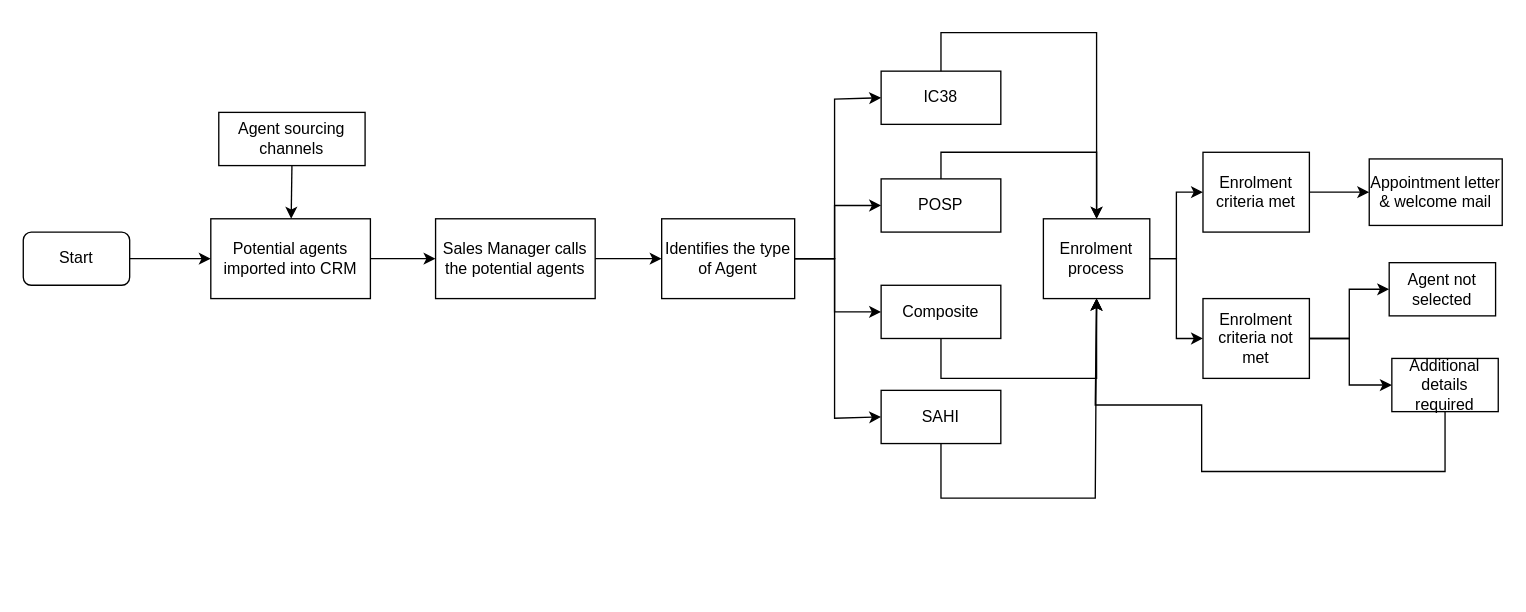
Above: Agent Onboarding.drawio in shaileshsreedar/Galaxy (draw.io), before the change. Source tidied: cells renumbered, new cells numbered last; positions are measured from the earlier drawing's top-left corner, leaving out a move shared by most shapes. Both pictures are drawn from the tidied source at 133%, with x=0, y=0 at pixel (23, 32).
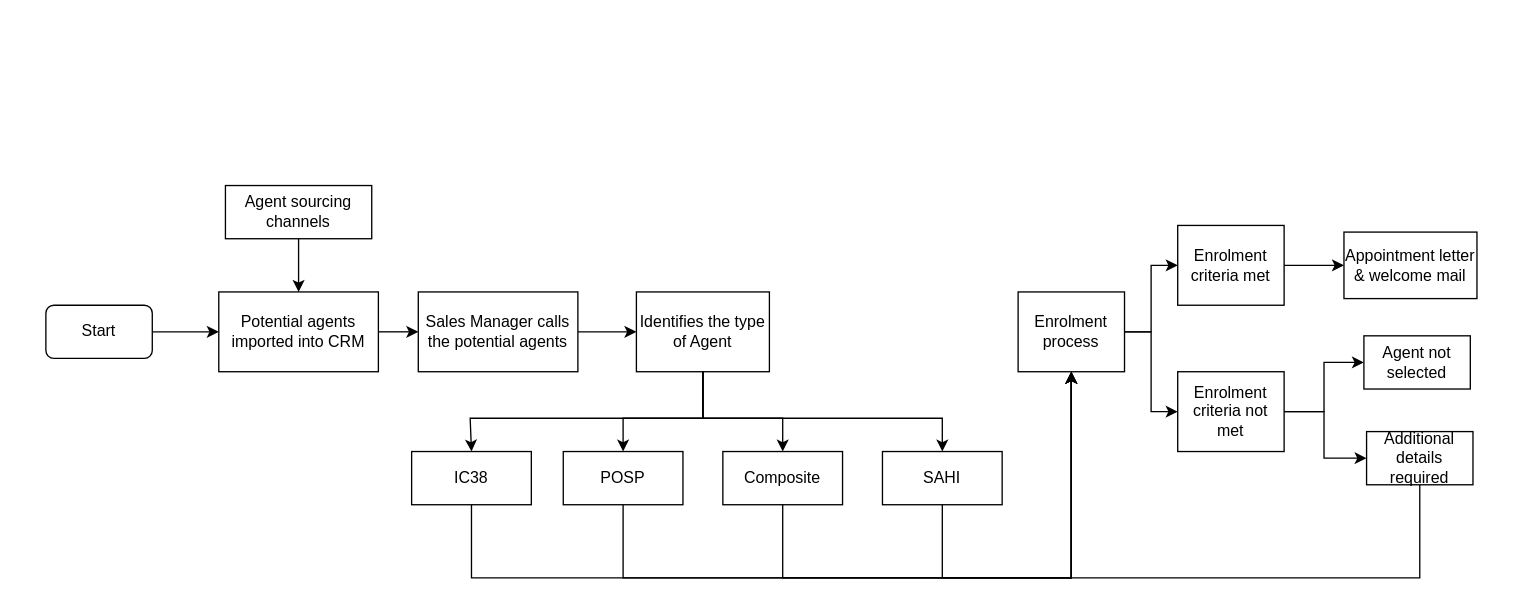
Above is the later version.

The edit, as a diff of the source:
```diff
@@
     <mxCell id="2" value="Potential agents imported into CRM" style="rounded=0;whiteSpace=wrap;html=1;" parent="1" vertex="1">
-      <mxGeometry x="141" y="140" width="120" height="60" as="geometry" />
+      <mxGeometry x="147" y="195" width="120" height="60" as="geometry" />
     </mxCell>
     <mxCell id="3" value="Start" style="rounded=1;whiteSpace=wrap;html=1;" parent="1" vertex="1">
-      <mxGeometry y="150" width="80" height="40" as="geometry" />
+      <mxGeometry x="17" y="205" width="80" height="40" as="geometry" />
     </mxCell>
@@
     <mxCell id="5" value="Agent sourcing channels" style="rounded=0;whiteSpace=wrap;html=1;" parent="1" vertex="1">
-      <mxGeometry x="147" y="60" width="110" height="40" as="geometry" />
+      <mxGeometry x="152" y="115" width="110" height="40" as="geometry" />
     </mxCell>
@@
     <mxCell id="7" value="Sales Manager calls the potential agents" style="rounded=0;whiteSpace=wrap;html=1;" parent="1" vertex="1">
-      <mxGeometry x="310" y="140" width="120" height="60" as="geometry" />
+      <mxGeometry x="297" y="195" width="120" height="60" as="geometry" />
     </mxCell>
@@
     <mxCell id="9" value="Identifies the type of Agent" style="rounded=0;whiteSpace=wrap;html=1;" parent="1" vertex="1">
-      <mxGeometry x="480" y="140" width="100" height="60" as="geometry" />
+      <mxGeometry x="461" y="195" width="100" height="60" as="geometry" />
     </mxCell>
@@
     <mxCell id="11" value="IC38" style="rounded=0;whiteSpace=wrap;html=1;" parent="1" vertex="1">
-      <mxGeometry x="645" y="29" width="90" height="40" as="geometry" />
+      <mxGeometry x="292" y="315" width="90" height="40" as="geometry" />
     </mxCell>
     <mxCell id="12" value="POSP" style="rounded=0;whiteSpace=wrap;html=1;" parent="1" vertex="1">
-      <mxGeometry x="645" y="110" width="90" height="40" as="geometry" />
+      <mxGeometry x="406" y="315" width="90" height="40" as="geometry" />
     </mxCell>
     <mxCell id="13" value="Composite" style="rounded=0;whiteSpace=wrap;html=1;" parent="1" vertex="1">
-      <mxGeometry x="645" y="190" width="90" height="40" as="geometry" />
+      <mxGeometry x="526" y="315" width="90" height="40" as="geometry" />
     </mxCell>
     <mxCell id="14" value="SAHI" style="rounded=0;whiteSpace=wrap;html=1;" parent="1" vertex="1">
-      <mxGeometry x="645" y="269" width="90" height="40" as="geometry" />
+      <mxGeometry x="646" y="315" width="90" height="40" as="geometry" />
     </mxCell>
-    <mxCell id="15" style="endArrow=classic;html=1;rounded=0;exitX=1;exitY=0.5;exitDx=0;exitDy=0;entryX=0;entryY=0.5;entryDx=0;entryDy=0;" parent="1" edge="1" source="9" target="11">
-      <mxGeometry relative="1" as="geometry">
-        <Array as="points">
-          <mxPoint x="610" y="170" />
-          <mxPoint x="610" y="50" />
-        </Array>
-      </mxGeometry>
-    </mxCell>
-    <mxCell id="16" style="endArrow=classic;html=1;rounded=0;exitX=1;exitY=0.5;exitDx=0;exitDy=0;entryX=0;entryY=0.5;entryDx=0;entryDy=0;" parent="1" edge="1" source="9" target="12">
-      <mxGeometry relative="1" as="geometry">
-        <Array as="points">
-          <mxPoint x="610" y="170" />
-          <mxPoint x="610" y="130" />
-        </Array>
-      </mxGeometry>
-    </mxCell>
-    <mxCell id="17" style="endArrow=classic;html=1;rounded=0;exitX=1;exitY=0.5;exitDx=0;exitDy=0;entryX=0;entryY=0.5;entryDx=0;entryDy=0;" parent="1" edge="1" source="9" target="13">
-      <mxGeometry relative="1" as="geometry">
-        <Array as="points">
-          <mxPoint x="610" y="170" />
-          <mxPoint x="610" y="210" />
-        </Array>
-      </mxGeometry>
-    </mxCell>
-    <mxCell id="18" style="endArrow=classic;html=1;rounded=0;entryX=0;entryY=0.5;entryDx=0;entryDy=0;exitX=1;exitY=0.5;exitDx=0;exitDy=0;" parent="1" edge="1" source="9" target="14">
-      <mxGeometry relative="1" as="geometry">
-        <Array as="points">
-          <mxPoint x="610" y="170" />
-          <mxPoint x="610" y="290" />
-        </Array>
-      </mxGeometry>
-    </mxCell>
     <mxCell id="19" value="Enrolment process" style="rounded=0;whiteSpace=wrap;html=1;" parent="1" vertex="1">
-      <mxGeometry x="767" y="140" width="80" height="60" as="geometry" />
+      <mxGeometry x="748" y="195" width="80" height="60" as="geometry" />
     </mxCell>
     <mxCell id="20" value="Enrolment criteria met" style="rounded=0;whiteSpace=wrap;html=1;" parent="1" vertex="1">
-      <mxGeometry x="887" y="90" width="80" height="60" as="geometry" />
+      <mxGeometry x="868" y="145" width="80" height="60" as="geometry" />
     </mxCell>
     <mxCell id="21" value="Enrolment criteria not met" style="rounded=0;whiteSpace=wrap;html=1;" parent="1" vertex="1">
-      <mxGeometry x="887" y="200" width="80" height="60" as="geometry" />
+      <mxGeometry x="868" y="255" width="80" height="60" as="geometry" />
     </mxCell>
     <mxCell id="22" value="Appointment letter &amp;amp; welcome mail" style="rounded=0;whiteSpace=wrap;html=1;" parent="1" vertex="1">
-      <mxGeometry x="1012" y="95" width="100" height="50" as="geometry" />
+      <mxGeometry x="993" y="150" width="100" height="50" as="geometry" />
     </mxCell>
     <mxCell id="23" value="Agent not selected" style="rounded=0;whiteSpace=wrap;html=1;" parent="1" vertex="1">
-      <mxGeometry x="1027" y="173" width="80" height="40" as="geometry" />
+      <mxGeometry x="1008" y="228" width="80" height="40" as="geometry" />
     </mxCell>
     <mxCell id="24" value="Additional details required" style="rounded=0;whiteSpace=wrap;html=1;" parent="1" vertex="1">
-      <mxGeometry x="1029" y="245" width="80" height="40" as="geometry" />
+      <mxGeometry x="1010" y="300" width="80" height="40" as="geometry" />
     </mxCell>
     <mxCell id="25" style="endArrow=classic;html=1;rounded=0;exitX=1;exitY=0.5;exitDx=0;exitDy=0;entryX=0;entryY=0.5;entryDx=0;entryDy=0;" parent="1" edge="1" source="19" target="20">
       <mxGeometry relative="1" as="geometry">
         <Array as="points">
-          <mxPoint x="867" y="170" />
-          <mxPoint x="867" y="120" />
+          <mxPoint x="848" y="225" />
+          <mxPoint x="848" y="175" />
         </Array>
       </mxGeometry>
     </mxCell>
     <mxCell id="26" style="endArrow=classic;html=1;rounded=0;exitX=1;exitY=0.5;exitDx=0;exitDy=0;entryX=0;entryY=0.5;entryDx=0;entryDy=0;" parent="1" edge="1" source="19" target="21">
       <mxGeometry relative="1" as="geometry">
         <Array as="points">
-          <mxPoint x="867" y="170" />
-          <mxPoint x="867" y="230" />
+          <mxPoint x="848" y="225" />
+          <mxPoint x="848" y="285" />
         </Array>
       </mxGeometry>
     </mxCell>
@@
     <mxCell id="28" style="endArrow=classic;html=1;rounded=0;exitX=1;exitY=0.5;exitDx=0;exitDy=0;entryX=0;entryY=0.5;entryDx=0;entryDy=0;" parent="1" edge="1" source="21" target="23">
       <mxGeometry relative="1" as="geometry">
         <Array as="points">
-          <mxPoint x="997" y="230" />
-          <mxPoint x="997" y="193" />
+          <mxPoint x="978" y="285" />
+          <mxPoint x="978" y="248" />
         </Array>
       </mxGeometry>
     </mxCell>
     <mxCell id="29" style="endArrow=classic;html=1;rounded=0;exitX=1;exitY=0.5;exitDx=0;exitDy=0;entryX=0;entryY=0.5;entryDx=0;entryDy=0;" parent="1" edge="1" source="21" target="24">
       <mxGeometry relative="1" as="geometry">
         <Array as="points">
-          <mxPoint x="997" y="230" />
-          <mxPoint x="997" y="265" />
+          <mxPoint x="978" y="285" />
+          <mxPoint x="978" y="320" />
         </Array>
       </mxGeometry>
     </mxCell>
+    <mxCell id="15" style="endArrow=classic;html=1;rounded=0;exitX=0.5;exitY=1;exitDx=0;exitDy=0;entryX=0.5;entryY=0;entryDx=0;entryDy=0;" parent="1" edge="1" source="9" target="11">
+      <mxGeometry relative="1" as="geometry">
+        <Array as="points">
+          <mxPoint x="511" y="290" />
+          <mxPoint x="336" y="290" />
+        </Array>
+      </mxGeometry>
+    </mxCell>
+    <mxCell id="16" style="endArrow=classic;html=1;rounded=0;exitX=0.5;exitY=1;exitDx=0;exitDy=0;entryX=0.5;entryY=0;entryDx=0;entryDy=0;" parent="1" edge="1" source="9" target="12">
+      <mxGeometry relative="1" as="geometry">
+        <Array as="points">
+          <mxPoint x="511" y="290" />
+          <mxPoint x="451" y="290" />
+        </Array>
+      </mxGeometry>
+    </mxCell>
+    <mxCell id="17" style="endArrow=classic;html=1;rounded=0;exitX=0.5;exitY=1;exitDx=0;exitDy=0;entryX=0.5;entryY=0;entryDx=0;entryDy=0;" parent="1" edge="1" source="9" target="13">
+      <mxGeometry relative="1" as="geometry">
+        <Array as="points">
+          <mxPoint x="511" y="290" />
+          <mxPoint x="571" y="290" />
+        </Array>
+      </mxGeometry>
+    </mxCell>
+    <mxCell id="18" style="endArrow=classic;html=1;rounded=0;exitX=0.5;exitY=1;exitDx=0;exitDy=0;entryX=0.5;entryY=0;entryDx=0;entryDy=0;" parent="1" edge="1" source="9" target="14">
+      <mxGeometry relative="1" as="geometry">
+        <Array as="points">
+          <mxPoint x="511" y="290" />
+          <mxPoint x="691" y="290" />
+        </Array>
+      </mxGeometry>
+    </mxCell>
     <mxCell id="30" style="endArrow=classic;html=1;rounded=0;exitX=0.5;exitY=1;exitDx=0;exitDy=0;entryX=0.5;entryY=1;entryDx=0;entryDy=0;" parent="1" edge="1" source="24" target="19">
       <mxGeometry relative="1" as="geometry">
         <Array as="points">
-          <mxPoint x="1069" y="330" />
-          <mxPoint x="886" y="330" />
-          <mxPoint x="886" y="280" />
-          <mxPoint x="806" y="280" />
+          <mxPoint x="1050" y="410" />
+          <mxPoint x="788" y="410" />
         </Array>
       </mxGeometry>
     </mxCell>
-    <mxCell id="31" style="endArrow=classic;html=1;rounded=0;exitX=0.5;exitY=0;exitDx=0;exitDy=0;entryX=0.5;entryY=0;entryDx=0;entryDy=0;" parent="1" edge="1" source="11" target="19">
+    <mxCell id="31" style="endArrow=classic;html=1;rounded=0;exitX=0.5;exitY=1;exitDx=0;exitDy=0;entryX=0.5;entryY=1;entryDx=0;entryDy=0;" parent="1" edge="1" source="11" target="19">
       <mxGeometry relative="1" as="geometry">
         <Array as="points">
-          <mxPoint x="690" />
-          <mxPoint x="807" />
+          <mxPoint x="337" y="410" />
+          <mxPoint x="788" y="410" />
         </Array>
       </mxGeometry>
     </mxCell>
-    <mxCell id="32" style="endArrow=classic;html=1;rounded=0;exitX=0.5;exitY=0;exitDx=0;exitDy=0;entryX=0.5;entryY=0;entryDx=0;entryDy=0;" parent="1" edge="1" source="12" target="19">
+    <mxCell id="32" style="endArrow=classic;html=1;rounded=0;exitX=0.5;exitY=1;exitDx=0;exitDy=0;entryX=0.5;entryY=1;entryDx=0;entryDy=0;" parent="1" edge="1" source="12" target="19">
       <mxGeometry relative="1" as="geometry">
         <Array as="points">
-          <mxPoint x="690" y="90" />
-          <mxPoint x="807" y="90" />
+          <mxPoint x="451" y="410" />
+          <mxPoint x="788" y="410" />
         </Array>
       </mxGeometry>
     </mxCell>
     <mxCell id="33" style="endArrow=classic;html=1;rounded=0;exitX=0.5;exitY=1;exitDx=0;exitDy=0;entryX=0.5;entryY=1;entryDx=0;entryDy=0;" parent="1" edge="1" source="13" target="19">
       <mxGeometry relative="1" as="geometry">
         <Array as="points">
-          <mxPoint x="690" y="260" />
-          <mxPoint x="807" y="260" />
+          <mxPoint x="571" y="410" />
+          <mxPoint x="788" y="410" />
         </Array>
       </mxGeometry>
     </mxCell>
     <mxCell id="34" style="endArrow=classic;html=1;rounded=0;exitX=0.5;exitY=1;exitDx=0;exitDy=0;entryX=0.5;entryY=1;entryDx=0;entryDy=0;" parent="1" edge="1" source="14" target="19">
       <mxGeometry relative="1" as="geometry">
         <Array as="points">
-          <mxPoint x="690" y="350" />
-          <mxPoint x="806" y="350" />
+          <mxPoint x="691" y="410" />
+          <mxPoint x="788" y="410" />
         </Array>
       </mxGeometry>
     </mxCell>
```
